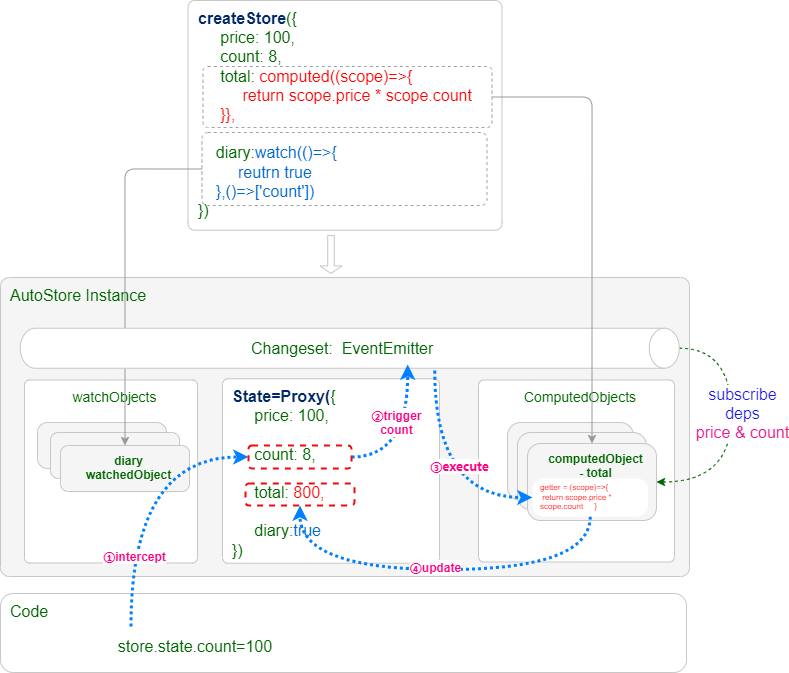
The draw.io diagram docs/docs/guide/store.drawio.png in zhangfisher/autostore, before a commit. Source tidied: cells renumbered, new cells last; positions are measured from the earlier drawing's top-left corner, leaving out a move shared by most shapes.
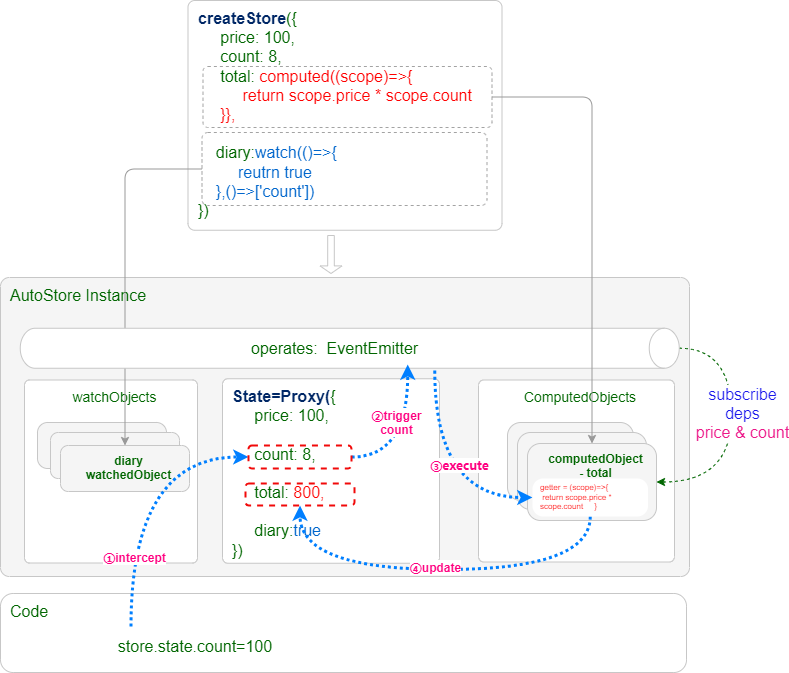
The same file after the commit.

Diff of the diagram source:
```diff
@@ -66,7 +66,7 @@
     <mxCell id="20" style="shape=cylinder3;boundedLbl=1;backgroundOutline=1;size=15;strokeColor=#C7C7C7;strokeWidth=1;fillColor=#FFFFFF;fontSize=16;align=left;verticalAlign=top;fontColor=#006600;rounded=1;arcSize=3;spacingTop=2;spacingLeft=8;rotation=90;labelPosition=center;verticalLabelPosition=middle;html=1;textDirection=rtl;" parent="1" vertex="1">
       <mxGeometry x="329.2" y="18.2" width="40" height="659" as="geometry" />
     </mxCell>
-    <mxCell id="21" value="Changeset:&amp;nbsp; EventEmitter" style="text;whiteSpace=wrap;html=1;fontColor=#006600;fontSize=16;fillColor=#FFFFFF;strokeColor=none;rounded=1;arcSize=3;spacingTop=2;spacingLeft=8;strokeWidth=1;" parent="1" vertex="1">
+    <mxCell id="21" value="operates:&amp;nbsp; EventEmitter" style="text;whiteSpace=wrap;html=1;fontColor=#006600;fontSize=16;fillColor=#FFFFFF;strokeColor=none;rounded=1;arcSize=3;spacingTop=2;spacingLeft=8;strokeWidth=1;" parent="1" vertex="1">
       <mxGeometry x="241" y="330" width="206" height="26" as="geometry" />
     </mxCell>
     <mxCell id="22" value="&lt;div style=&quot;font-size: 16px;&quot;&gt;&lt;span style=&quot;background-color: initial; font-size: 16px;&quot;&gt;Code&lt;/span&gt;&lt;/div&gt;" style="rounded=1;whiteSpace=wrap;html=1;arcSize=16;fillColor=none;fontColor=#006600;strokeColor=#C7C7C7;align=left;verticalAlign=top;fontSize=16;spacingTop=2;spacingLeft=8;" parent="1" vertex="1">
```
